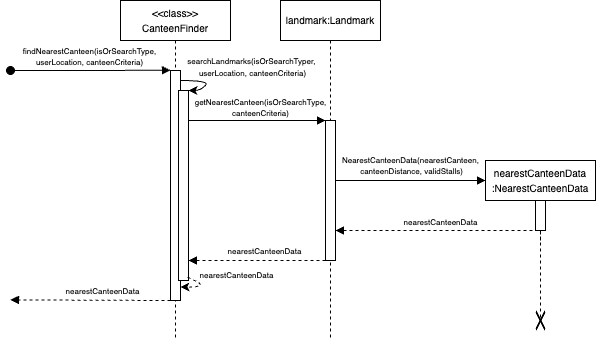
This is docs/diagrams/CanteenFinderSequenceDiagram.drawio.png from AY2425S2-CS2113-W12-2/tp, a draw.io export, as it was before one commit. Source tidied: cells renumbered, new cells last; positions are measured from the earlier drawing's top-left corner, leaving out a move shared by most shapes.
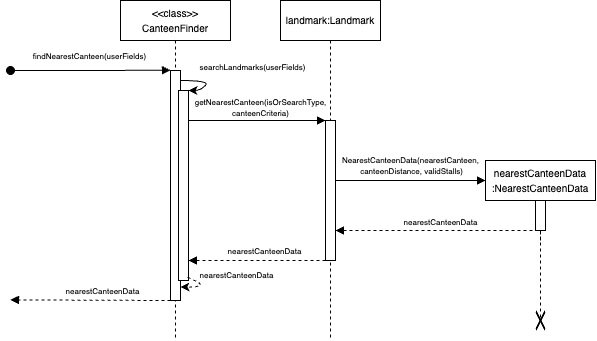
After the change.

Commit message:
Change UserFields to be a class for better abstraction

The edit, as a diff of the source:
```diff
@@ -2,8 +2,8 @@
   <root>
     <mxCell id="0" />
     <mxCell id="1" parent="0" />
-    <mxCell id="2" value="&lt;div style=&quot;line-height: 100%;&quot;&gt;&lt;font style=&quot;font-size: 8px; line-height: 100%;&quot;&gt;&lt;font&gt;searchLandmarks(isOrSearchTyper,&amp;nbsp;&lt;/font&gt;&lt;/font&gt;&lt;/div&gt;&lt;div style=&quot;line-height: 100%;&quot;&gt;&lt;font style=&quot;font-size: 8px; line-height: 100%;&quot;&gt;&lt;font&gt;userLocation&lt;/font&gt;,&amp;nbsp;&lt;/font&gt;&lt;span style=&quot;font-size: 8px; background-color: transparent; color: light-dark(rgb(0, 0, 0), rgb(255, 255, 255));&quot;&gt;canteenCriteria)&lt;/span&gt;&lt;/div&gt;" style="text;html=1;align=center;verticalAlign=middle;strokeColor=none;fillColor=none;" parent="1" vertex="1">
-      <mxGeometry x="167" y="46" width="150" height="40" as="geometry" />
+    <mxCell id="2" value="&lt;div style=&quot;line-height: 100%;&quot;&gt;&lt;font style=&quot;font-size: 8px; line-height: 100%;&quot;&gt;&lt;font&gt;searchLandmarks(userFields&lt;/font&gt;&lt;/font&gt;&lt;span style=&quot;background-color: transparent; color: light-dark(rgb(0, 0, 0), rgb(255, 255, 255)); font-size: 8px;&quot;&gt;)&lt;/span&gt;&lt;/div&gt;" style="text;html=1;align=center;verticalAlign=middle;strokeColor=none;fillColor=none;" parent="1" vertex="1">
+      <mxGeometry x="177" y="51" width="130" height="30" as="geometry" />
     </mxCell>
     <mxCell id="3" value="&lt;div&gt;&lt;font style=&quot;font-size: 10px;&quot;&gt;&amp;lt;&amp;lt;class&amp;gt;&amp;gt;&lt;/font&gt;&lt;/div&gt;&lt;font style=&quot;font-size: 10px;&quot;&gt;CanteenFinder&lt;/font&gt;" style="shape=umlLifeline;perimeter=lifelinePerimeter;whiteSpace=wrap;html=1;newEdgeStyle={&quot;edgeStyle&quot;:&quot;elbowEdgeStyle&quot;,&quot;elbow&quot;:&quot;vertical&quot;,&quot;curved&quot;:0,&quot;rounded&quot;:0};size=40;" parent="1" vertex="1">
       <mxGeometry x="110" width="110" height="340" as="geometry" />
@@ -118,7 +118,7 @@
     <mxCell id="22" value="&lt;font style=&quot;font-size: 8px;&quot;&gt;nearestCanteenData&lt;/font&gt;" style="edgeLabel;html=1;align=center;verticalAlign=middle;labelBackgroundColor=none;" parent="1" vertex="1">
       <mxGeometry x="92" y="290" as="geometry" />
     </mxCell>
-    <mxCell id="23" value="&lt;div style=&quot;line-height: 100%;&quot;&gt;&lt;font style=&quot;font-size: 8px; line-height: 100%;&quot;&gt;findNearestCanteen(isOrSearchType,&lt;/font&gt;&lt;div&gt;&lt;font style=&quot;font-size: 8px; line-height: 100%;&quot;&gt;userLocation, canteenCriteria)&lt;/font&gt;&lt;/div&gt;&lt;/div&gt;" style="edgeLabel;html=1;align=center;verticalAlign=middle;labelBackgroundColor=none;" parent="1" vertex="1">
+    <mxCell id="23" value="&lt;div style=&quot;line-height: 100%;&quot;&gt;&lt;font style=&quot;font-size: 8px; line-height: 100%;&quot;&gt;findNearestCanteen(userFields&lt;/font&gt;&lt;span style=&quot;font-size: 8px; background-color: transparent; color: light-dark(rgb(0, 0, 0), rgb(255, 255, 255));&quot;&gt;)&lt;/span&gt;&lt;/div&gt;" style="edgeLabel;html=1;align=center;verticalAlign=middle;labelBackgroundColor=none;" parent="1" vertex="1">
       <mxGeometry x="79" y="55" as="geometry" />
     </mxCell>
     <mxCell id="24" value="&lt;div style=&quot;line-height: 100%;&quot;&gt;&lt;font style=&quot;font-size: 8px; line-height: 100%;&quot;&gt;NearestCanteenData(&lt;span style=&quot;background-color: transparent; color: light-dark(rgb(0, 0, 0), rgb(255, 255, 255));&quot;&gt;nearestCanteen,&amp;nbsp;&lt;/span&gt;&lt;/font&gt;&lt;div&gt;&lt;font style=&quot;font-size: 8px; line-height: 100%;&quot;&gt;&lt;span style=&quot;background-color: transparent; color: light-dark(rgb(0, 0, 0), rgb(255, 255, 255));&quot;&gt;canteenDistance&lt;/span&gt;,&amp;nbsp;&lt;/font&gt;&lt;span style=&quot;font-size: 8px; background-color: transparent; color: light-dark(rgb(0, 0, 0), rgb(255, 255, 255)); line-height: 100%;&quot;&gt;validStalls)&lt;/span&gt;&lt;/div&gt;&lt;/div&gt;" style="edgeLabel;html=1;align=center;verticalAlign=middle;labelBackgroundColor=none;" parent="1" vertex="1">
```
